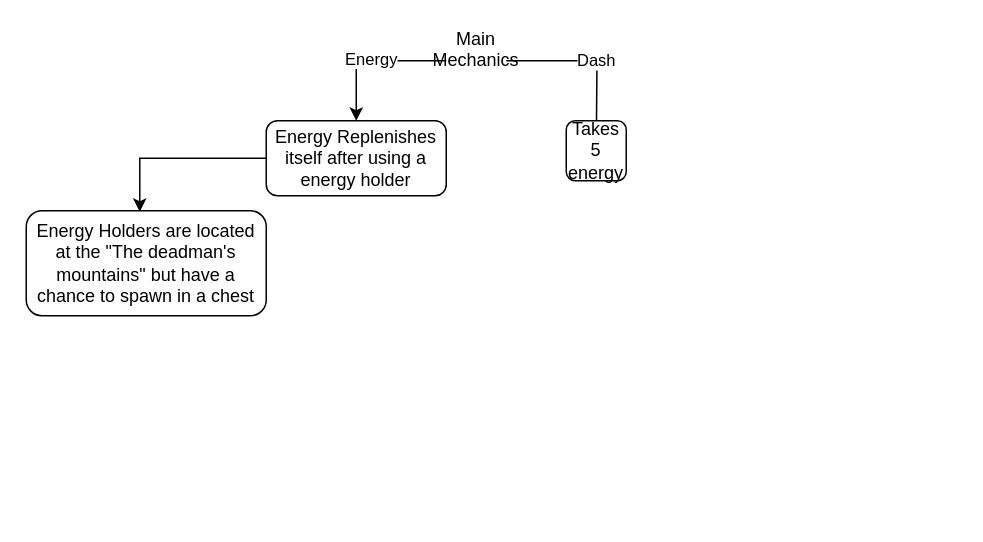
This is ProjectSouth.drawio from limoncatt/projectsouthdocum, a draw.io file, before an edit. Source tidied: cells renumbered, new cells numbered last; positions are measured from the earlier drawing's top-left corner, leaving out a move shared by most shapes. Both pictures are drawn from the tidied source at 150%, with x=0, y=0 at pixel (26, 30).
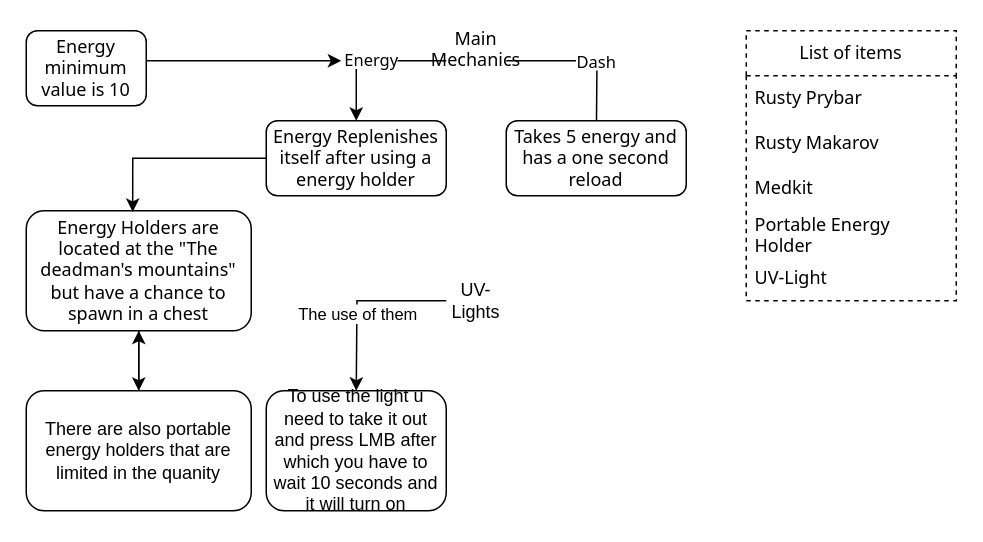
The same diagram, later.

Diff of the diagram source:
```diff
@@
-    <mxCell id="2" value="Dash" style="edgeStyle=orthogonalEdgeStyle;rounded=0;jettySize=auto;html=1;exitX=1;exitY=0.5;exitDx=0;exitDy=0;" parent="1" edge="1" source="4">
+    <mxCell id="2" value="Dash" style="edgeStyle=orthogonalEdgeStyle;rounded=0;jettySize=auto;html=1;exitX=1;exitY=0.5;exitDx=0;exitDy=0;fontFamily=Tahoma;horizontal=1;" parent="1" edge="1" source="4">
       <mxGeometry relative="1" as="geometry">
         <mxPoint x="380" y="80" as="targetPoint" />
       </mxGeometry>
     </mxCell>
-    <mxCell id="3" value="Energy" style="edgeStyle=orthogonalEdgeStyle;rounded=0;jettySize=auto;html=1;" parent="1" edge="1" source="4" target="5">
+    <mxCell id="3" value="Energy" style="edgeStyle=orthogonalEdgeStyle;rounded=0;jettySize=auto;html=1;fontFamily=Tahoma;horizontal=1;" parent="1" edge="1" source="4" target="5">
       <mxGeometry y="-1" relative="1" as="geometry">
         <Array as="points">
           <mxPoint x="220" y="20" />
         </Array>
       </mxGeometry>
     </mxCell>
-    <mxCell id="4" value="Main Mechanics&lt;div&gt;&lt;br&gt;&lt;/div&gt;" style="text;html=1;align=center;verticalAlign=middle;whiteSpace=wrap;rounded=0;" parent="1" vertex="1">
+    <mxCell id="4" value="Main Mechanics&lt;div&gt;&lt;br&gt;&lt;/div&gt;" style="text;html=1;align=center;verticalAlign=middle;whiteSpace=wrap;rounded=0;fontFamily=Tahoma;horizontal=1;" parent="1" vertex="1">
       <mxGeometry x="280" width="40" height="40" as="geometry" />
     </mxCell>
-    <mxCell id="5" value="Energy Replenishes itself after using a energy holder" style="rounded=1;whiteSpace=wrap;html=1;" parent="1" vertex="1">
+    <mxCell id="5" value="Energy Replenishes itself after using a energy holder" style="rounded=1;whiteSpace=wrap;html=1;fontFamily=Tahoma;horizontal=1;" parent="1" vertex="1">
       <mxGeometry x="160" y="60" width="120" height="50" as="geometry" />
     </mxCell>
-    <mxCell id="6" value="Takes 5 energy" style="rounded=1;whiteSpace=wrap;html=1;" parent="1" vertex="1">
-      <mxGeometry x="360" y="60" width="40" height="40" as="geometry" />
+    <mxCell id="6" value="Takes 5 energy and has a one second reload" style="rounded=1;whiteSpace=wrap;html=1;fontFamily=Tahoma;horizontal=1;" parent="1" vertex="1">
+      <mxGeometry x="320" y="60" width="120" height="50" as="geometry" />
     </mxCell>
+    <mxCell id="9" style="edgeStyle=orthogonalEdgeStyle;rounded=0;jettySize=auto;html=1;exitX=0.5;exitY=1;exitDx=0;exitDy=0;entryX=0.5;entryY=0;entryDx=0;entryDy=0;" parent="1" edge="1" source="7" target="19">
+      <mxGeometry relative="1" as="geometry" />
+    </mxCell>
-    <mxCell id="7" value="Energy Holders are located at the &quot;The deadman's mountains&quot; but have a chance to spawn in a ches&lt;span style=&quot;background-color: initial;&quot;&gt;t&lt;/span&gt;" style="rounded=1;whiteSpace=wrap;html=1;" parent="1" vertex="1">
-      <mxGeometry y="120" width="160" height="70" as="geometry" />
+    <mxCell id="7" value="Energy Holders are located at the &quot;The deadman's mountains&quot; but have a chance to spawn in a ches&lt;span style=&quot;background-color: initial;&quot;&gt;t&lt;/span&gt;" style="rounded=1;whiteSpace=wrap;html=1;fontFamily=Tahoma;horizontal=1;" parent="1" vertex="1">
+      <mxGeometry y="120" width="150" height="80" as="geometry" />
     </mxCell>
@@
+    <mxCell id="10" style="edgeStyle=orthogonalEdgeStyle;rounded=0;jettySize=auto;html=1;exitX=0.999;exitY=0.419;exitDx=0;exitDy=0;exitPerimeter=0;" parent="1" edge="1" source="11">
+      <mxGeometry relative="1" as="geometry">
+        <mxPoint x="210" y="20" as="targetPoint" />
+        <Array as="points">
+          <mxPoint x="210" y="20" />
+        </Array>
+      </mxGeometry>
+    </mxCell>
+    <mxCell id="11" value="Energy minimum value is 10" style="rounded=1;whiteSpace=wrap;html=1;fontFamily=Tahoma;horizontal=1;" parent="1" vertex="1">
+      <mxGeometry width="80" height="50" as="geometry" />
+    </mxCell>
+    <mxCell id="12" value="List of items" style="swimlane;fontStyle=0;horizontal=1;startSize=30;whiteSpace=wrap;html=1;dashed=1;fontFamily=Tahoma;" parent="1" vertex="1">
+      <mxGeometry x="480" width="140" height="180" as="geometry" />
+    </mxCell>
+    <mxCell id="13" value="Rusty Prybar" style="text;strokeColor=none;fillColor=none;align=left;verticalAlign=middle;spacingLeft=4;spacingRight=4;overflow=hidden;whiteSpace=wrap;html=1;fontFamily=Tahoma;horizontal=1;" parent="12" vertex="1">
+      <mxGeometry y="30" width="140" height="30" as="geometry" />
+    </mxCell>
+    <mxCell id="14" value="Rusty Makarov" style="text;strokeColor=none;fillColor=none;align=left;verticalAlign=middle;spacingLeft=4;spacingRight=4;overflow=hidden;whiteSpace=wrap;html=1;fontFamily=Tahoma;horizontal=1;" parent="12" vertex="1">
+      <mxGeometry y="60" width="140" height="30" as="geometry" />
+    </mxCell>
+    <mxCell id="15" value="Medkit" style="text;strokeColor=none;fillColor=none;align=left;verticalAlign=middle;spacingLeft=4;spacingRight=4;overflow=hidden;whiteSpace=wrap;html=1;fontFamily=Tahoma;horizontal=1;" parent="12" vertex="1">
+      <mxGeometry y="90" width="140" height="30" as="geometry" />
+    </mxCell>
+    <mxCell id="16" value="Portable Energy Holder" style="text;strokeColor=none;fillColor=none;align=left;verticalAlign=middle;spacingLeft=4;spacingRight=4;overflow=hidden;whiteSpace=wrap;html=1;fontFamily=Tahoma;horizontal=1;" parent="12" vertex="1">
+      <mxGeometry y="120" width="140" height="30" as="geometry" />
+    </mxCell>
+    <mxCell id="17" value="UV-Light" style="text;strokeColor=none;fillColor=none;align=left;verticalAlign=middle;spacingLeft=4;spacingRight=4;overflow=hidden;whiteSpace=wrap;html=1;fontFamily=Tahoma;horizontal=1;" parent="12" vertex="1">
+      <mxGeometry y="150" width="140" height="30" as="geometry" />
+    </mxCell>
+    <mxCell id="18" style="edgeStyle=orthogonalEdgeStyle;rounded=0;jettySize=auto;html=1;" parent="1" edge="1" source="19" target="7">
+      <mxGeometry relative="1" as="geometry" />
+    </mxCell>
+    <mxCell id="19" value="There are also portable energy holders that are limited in the quanity" style="rounded=1;whiteSpace=wrap;html=1;" parent="1" vertex="1">
+      <mxGeometry y="240" width="150" height="80" as="geometry" />
+    </mxCell>
+    <mxCell id="20" style="edgeStyle=orthogonalEdgeStyle;rounded=0;jettySize=auto;html=1;" parent="1" edge="1" source="22">
+      <mxGeometry relative="1" as="geometry">
+        <mxPoint x="220" y="240" as="targetPoint" />
+      </mxGeometry>
+    </mxCell>
+    <mxCell id="21" value="The use of them" style="edgeLabel;html=1;align=center;verticalAlign=middle;" parent="20" vertex="1">
+      <mxGeometry x="0.14" relative="1" as="geometry" />
+    </mxCell>
+    <mxCell id="22" value="UV-Lights" style="text;html=1;align=center;verticalAlign=middle;whiteSpace=wrap;rounded=0;" parent="1" vertex="1">
+      <mxGeometry x="280" y="160" width="40" height="40" as="geometry" />
+    </mxCell>
+    <mxCell id="23" value="To use the light u need to take it out and press LMB after which you have to wait 10 seconds and it will turn on" style="rounded=1;whiteSpace=wrap;html=1;" parent="1" vertex="1">
+      <mxGeometry x="160" y="240" width="120" height="80" as="geometry" />
+    </mxCell>
```
